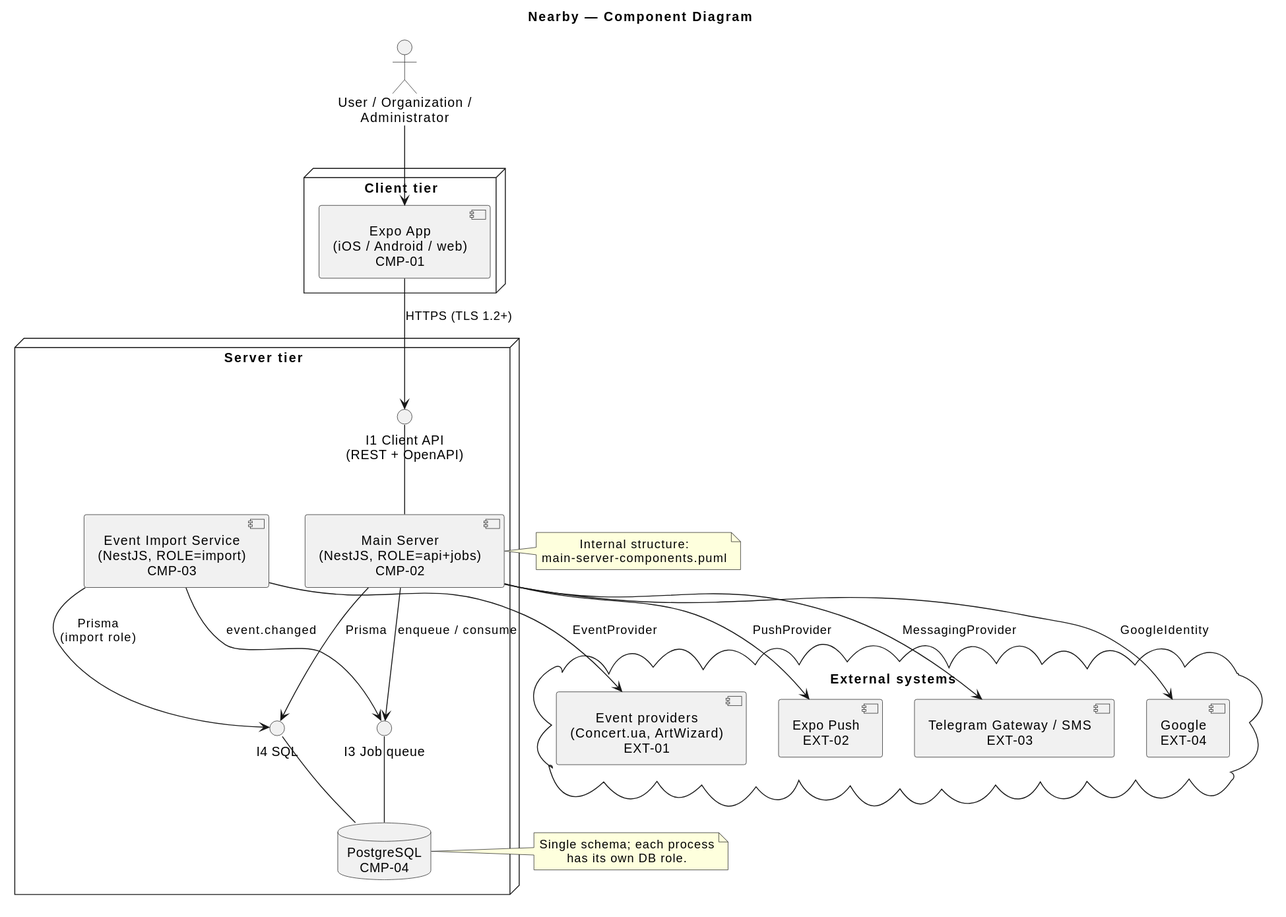
Earlier version of the PlantUML export docs/architecture/uml/rendered/component-diagram.svg (ukma-fin-ssdm-2026/pun-intended-team). Its diagram source:
```plantuml
@startuml
title Nearby — Component Diagram

skinparam componentStyle uml2
skinparam shadowing false
skinparam defaultTextAlignment center

actor "User / Organization /\nAdministrator" as Actor

node "Client tier" {
  [Expo App\n(iOS / Android / web)\nCMP-01] as CMP01
}

node "Server tier" {
  () "I1 Client API\n(REST + OpenAPI)" as I1
  [Main Server\n(NestJS, ROLE=api+jobs)\nCMP-02] as CMP02
  [Event Import Service\n(NestJS, ROLE=import)\nCMP-03] as CMP03

  () "I4 SQL" as I4
  () "I3 Job queue" as I3
  database "PostgreSQL\nCMP-04" as CMP04
}

cloud "External systems" {
  [Expo Push\nEXT-02] as EXT02
  [Telegram Gateway / SMS\nEXT-03] as EXT03
  [Google\nEXT-04] as EXT04
  [Event providers\n(Concert.ua, ArtWizard)\nEXT-01] as EXT01
}

Actor --> CMP01
CMP01 -down-> I1 : HTTPS (TLS 1.2+)
I1 -down- CMP02

CMP02 -down-> I4 : Prisma
CMP03 -down-> I4 : Prisma\n(import role)
CMP02 -down-> I3 : enqueue / consume
CMP03 -down-> I3 : event.changed
I4 -down- CMP04
I3 -down- CMP04

CMP02 -down-> EXT02 : «PushProvider»
CMP02 -down-> EXT03 : «MessagingProvider»
CMP02 -down-> EXT04 : «GoogleIdentity»
CMP03 -down-> EXT01 : «EventProvider»

note right of CMP04
  Single schema; each process
  has its own DB role.
end note

note left of CMP02
  Internal structure:
  main-server-components.puml
end note
@enduml
```
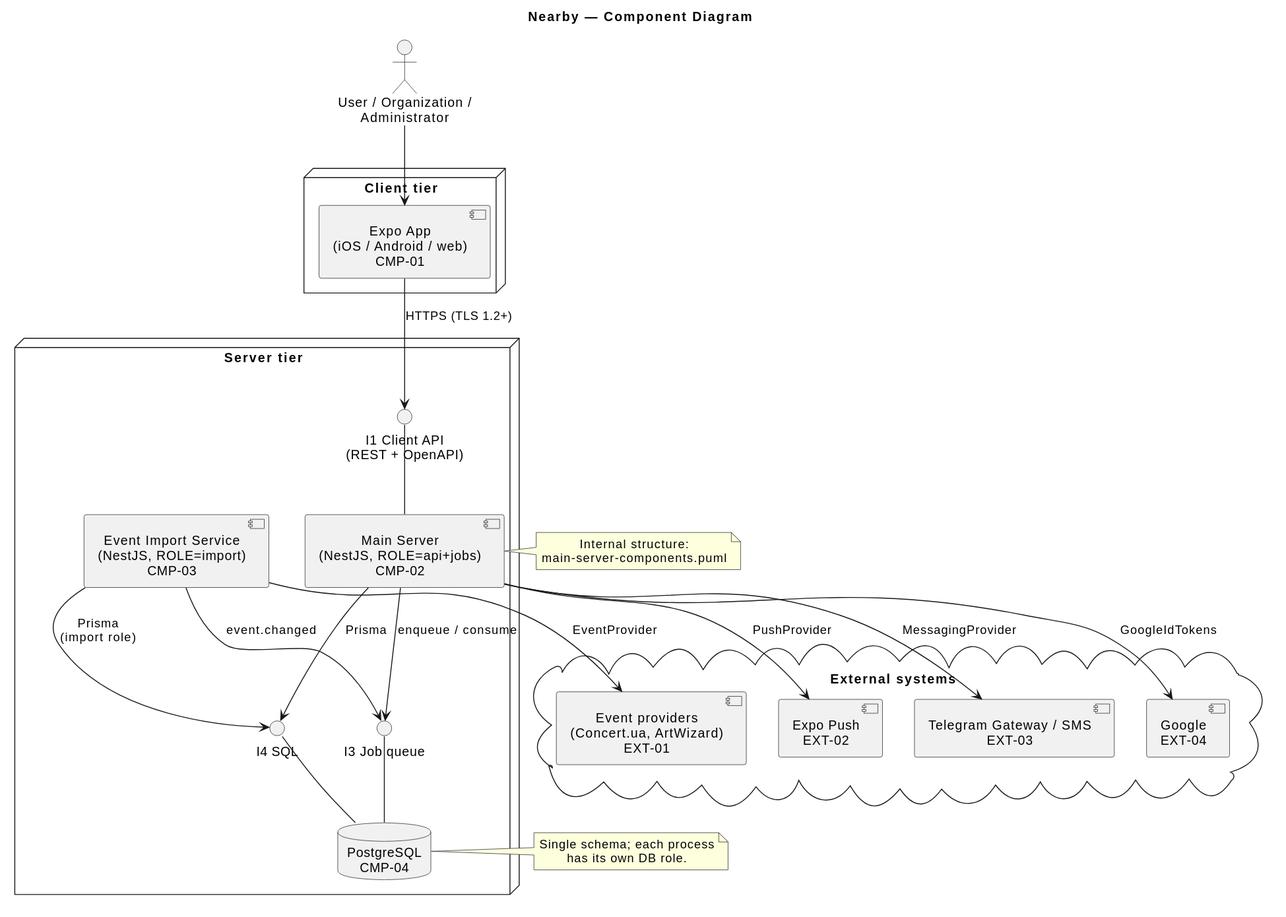
The same diagram one commit later.

Diff of the diagram source:
```diff
@@ -41,7 +41,7 @@
 
 CMP02 -down-> EXT02 : «PushProvider»
 CMP02 -down-> EXT03 : «MessagingProvider»
-CMP02 -down-> EXT04 : «GoogleIdentity»
+CMP02 -down-> EXT04 : «GoogleIdTokens»
 CMP03 -down-> EXT01 : «EventProvider»
 
 note right of CMP04
```
